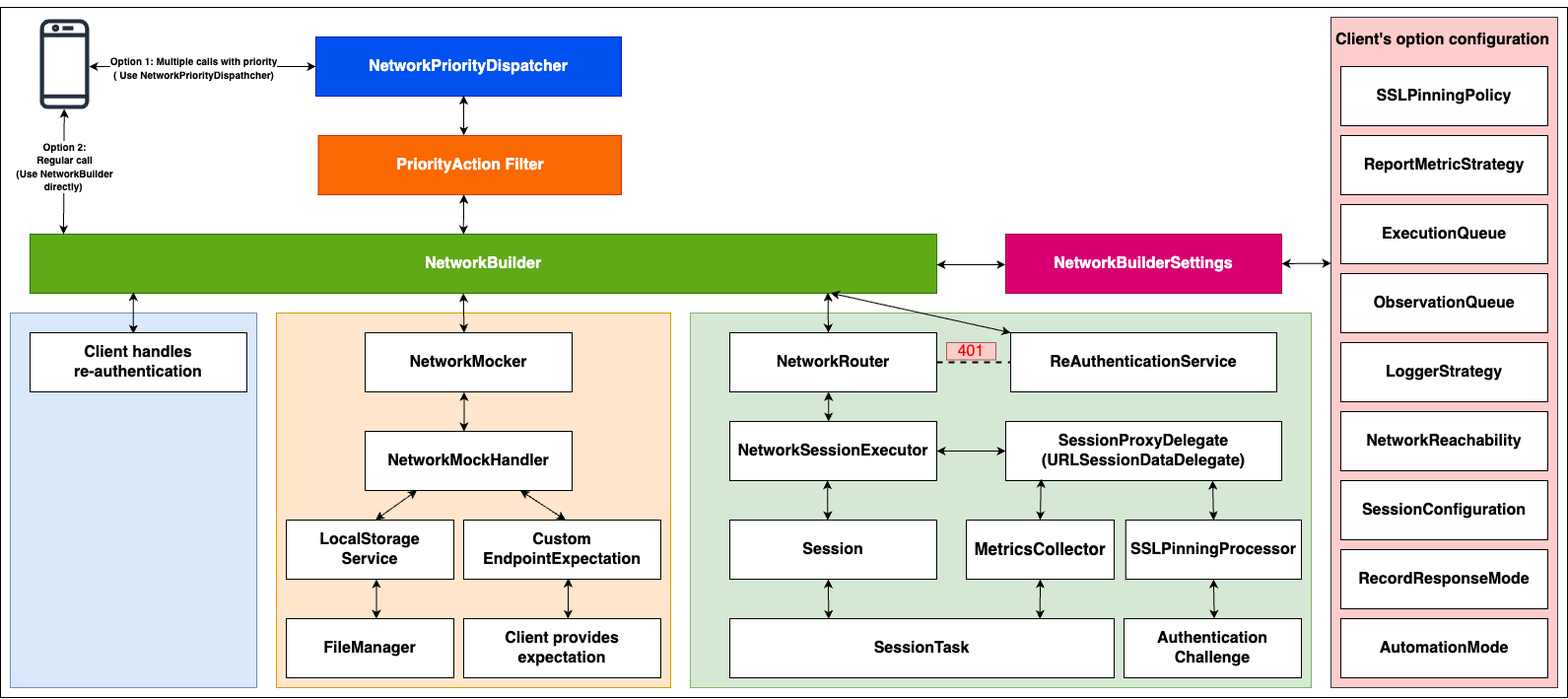
The draw.io diagram Documents/NetworkCompose-Architecture.png in harryngict/NetworkCompose, before a commit. Source tidied: cells renumbered, new cells last; positions are measured from the earlier drawing's top-left corner, leaving out a move shared by most shapes.
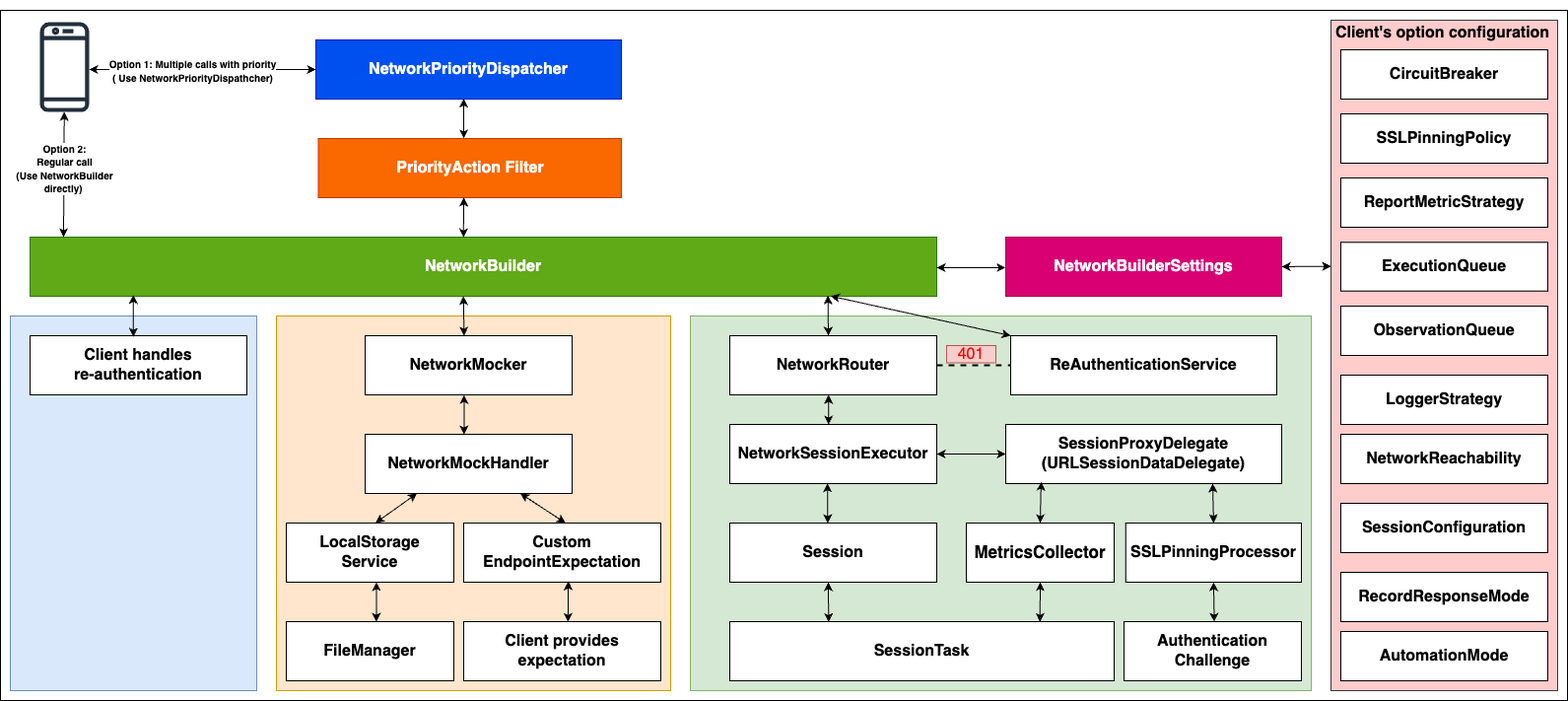
The same file after the commit.

Change to the diagram source:
```diff
@@ -78,34 +78,34 @@
       <mxGeometry x="1350" y="10" width="230" height="680" as="geometry" />
     </mxCell>
     <mxCell id="26" value="&lt;font style=&quot;font-size: 16px;&quot;&gt;&lt;b&gt;NetworkReachability&lt;/b&gt;&lt;/font&gt;" style="rounded=0;whiteSpace=wrap;html=1;" parent="1" vertex="1">
-      <mxGeometry x="1360" y="410" width="210" height="60" as="geometry" />
+      <mxGeometry x="1360" y="430" width="210" height="50" as="geometry" />
     </mxCell>
     <mxCell id="27" value="&lt;font style=&quot;font-size: 16px;&quot;&gt;&lt;b&gt;ObservationQueue&lt;/b&gt;&lt;/font&gt;" style="rounded=0;whiteSpace=wrap;html=1;" parent="1" vertex="1">
-      <mxGeometry x="1360" y="270" width="210" height="60" as="geometry" />
+      <mxGeometry x="1360" y="300" width="210" height="50" as="geometry" />
     </mxCell>
     <mxCell id="28" value="&lt;font style=&quot;font-size: 16px;&quot;&gt;&lt;b&gt;ExecutionQueue&lt;/b&gt;&lt;/font&gt;" style="rounded=0;whiteSpace=wrap;html=1;" parent="1" vertex="1">
-      <mxGeometry x="1360" y="200" width="210" height="60" as="geometry" />
+      <mxGeometry x="1360" y="235.3" width="210" height="49.4" as="geometry" />
     </mxCell>
     <mxCell id="29" value="&lt;b&gt;&lt;font style=&quot;font-size: 16px;&quot;&gt;SessionConfiguration&lt;/font&gt;&lt;/b&gt;" style="rounded=0;whiteSpace=wrap;html=1;" parent="1" vertex="1">
-      <mxGeometry x="1360" y="480" width="210" height="60" as="geometry" />
+      <mxGeometry x="1360" y="500" width="210" height="50" as="geometry" />
     </mxCell>
     <mxCell id="30" value="&lt;font style=&quot;font-size: 16px;&quot;&gt;&lt;b&gt;AutomationMode&lt;/b&gt;&lt;/font&gt;" style="rounded=0;whiteSpace=wrap;html=1;" parent="1" vertex="1">
-      <mxGeometry x="1360" y="620" width="210" height="60" as="geometry" />
+      <mxGeometry x="1360" y="630" width="210" height="50" as="geometry" />
     </mxCell>
     <mxCell id="31" value="&lt;font style=&quot;font-size: 16px;&quot;&gt;&lt;b&gt;RecordResponseMode&lt;/b&gt;&lt;/font&gt;" style="rounded=0;whiteSpace=wrap;html=1;" parent="1" vertex="1">
-      <mxGeometry x="1360" y="550" width="210" height="60" as="geometry" />
+      <mxGeometry x="1360" y="570" width="210" height="50" as="geometry" />
     </mxCell>
     <mxCell id="32" value="&lt;font style=&quot;font-size: 16px;&quot;&gt;&lt;b&gt;LoggerStrategy&lt;/b&gt;&lt;/font&gt;" style="rounded=0;whiteSpace=wrap;html=1;" parent="1" vertex="1">
-      <mxGeometry x="1360" y="340" width="210" height="60" as="geometry" />
+      <mxGeometry x="1360" y="370" width="210" height="50" as="geometry" />
     </mxCell>
     <mxCell id="33" value="&lt;font style=&quot;font-size: 16px;&quot;&gt;&lt;b&gt;ReportMetricStrategy&lt;/b&gt;&lt;/font&gt;" style="rounded=0;whiteSpace=wrap;html=1;" parent="1" vertex="1">
-      <mxGeometry x="1360" y="130" width="210" height="60" as="geometry" />
+      <mxGeometry x="1360" y="170" width="210" height="50" as="geometry" />
     </mxCell>
     <mxCell id="34" value="&lt;font style=&quot;font-size: 16px;&quot;&gt;&lt;b&gt;SSLPinningPolicy&lt;/b&gt;&lt;/font&gt;" style="rounded=0;whiteSpace=wrap;html=1;" parent="1" vertex="1">
-      <mxGeometry x="1360" y="60" width="210" height="60" as="geometry" />
+      <mxGeometry x="1360" y="105" width="210" height="50" as="geometry" />
     </mxCell>
     <mxCell id="35" value="&lt;h1 style=&quot;&quot;&gt;&lt;font style=&quot;font-size: 16px;&quot;&gt;Client's option configuration&lt;/font&gt;&lt;br&gt;&lt;/h1&gt;" style="text;html=1;strokeColor=none;fillColor=none;spacing=5;spacingTop=-20;whiteSpace=wrap;overflow=hidden;rounded=0;" parent="1" vertex="1">
-      <mxGeometry x="1350" y="10" width="230" height="40" as="geometry" />
+      <mxGeometry x="1350" width="230" height="40" as="geometry" />
     </mxCell>
     <mxCell id="36" style="edgeStyle=orthogonalEdgeStyle;rounded=0;orthogonalLoop=1;jettySize=auto;html=1;exitX=0.5;exitY=1;exitDx=0;exitDy=0;" parent="1" edge="1" source="4" target="4">
       <mxGeometry relative="1" as="geometry" />
@@ -210,5 +210,8 @@
     <mxCell id="66" style="endArrow=none;dashed=1;html=1;rounded=0;exitX=1;exitY=0.5;exitDx=0;exitDy=0;strokeWidth=2;" parent="1" edge="1" source="9" target="63">
       <mxGeometry relative="1" as="geometry" />
     </mxCell>
+    <mxCell id="67" value="&lt;b&gt;&lt;font style=&quot;font-size: 16px;&quot;&gt;CircuitBreaker&lt;/font&gt;&lt;/b&gt;" style="rounded=0;whiteSpace=wrap;html=1;" parent="1" vertex="1">
+      <mxGeometry x="1360" y="40" width="210" height="50" as="geometry" />
+    </mxCell>
   </root>
 </mxGraphModel>
```
